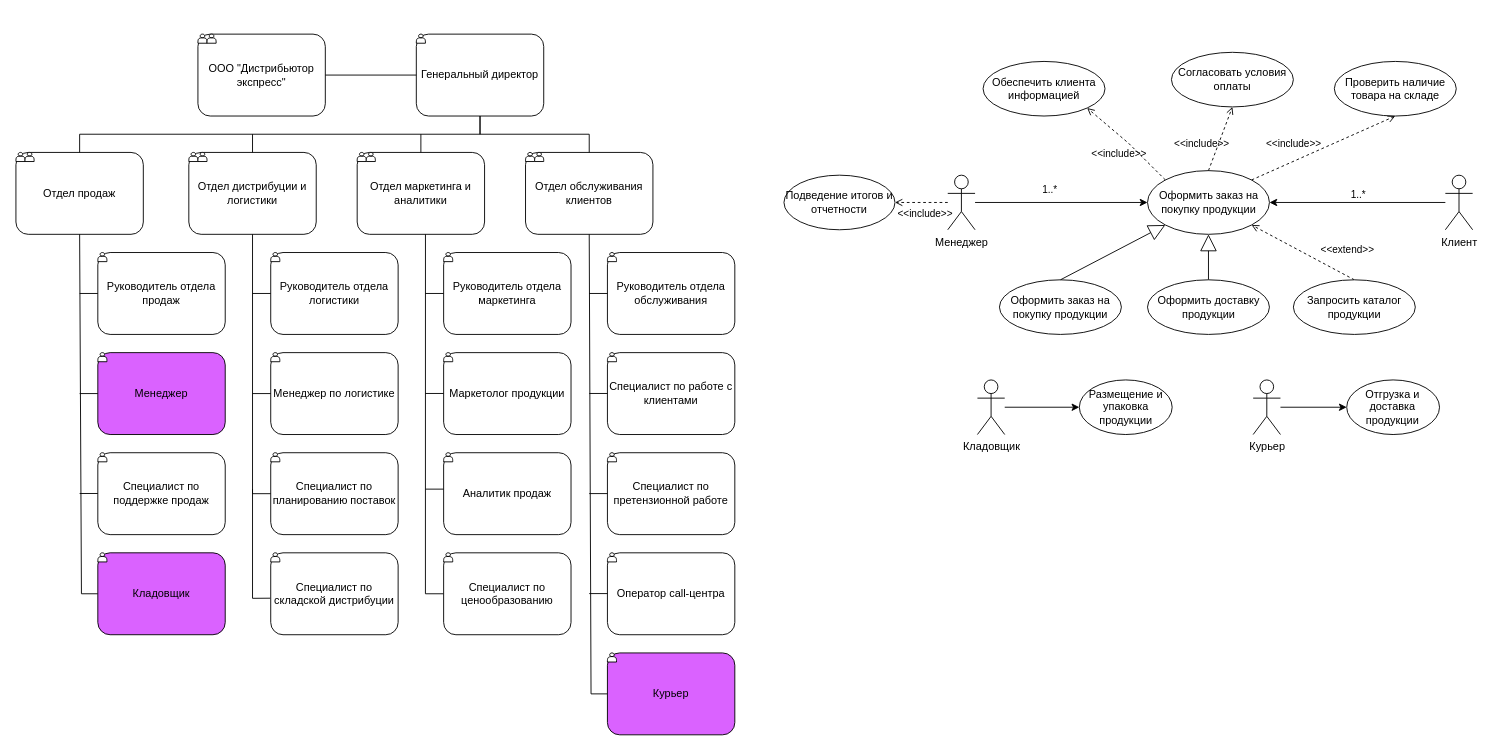
Earlier version of the draw.io diagram ОРПС_3.drawio (mopsin666/AKMS). Source tidied: cells renumbered, new cells numbered last; positions are measured from the earlier drawing's top-left corner, leaving out a move shared by most shapes. Both pictures are drawn from the tidied source at 91%, with x=0, y=0 at pixel (15, 34).
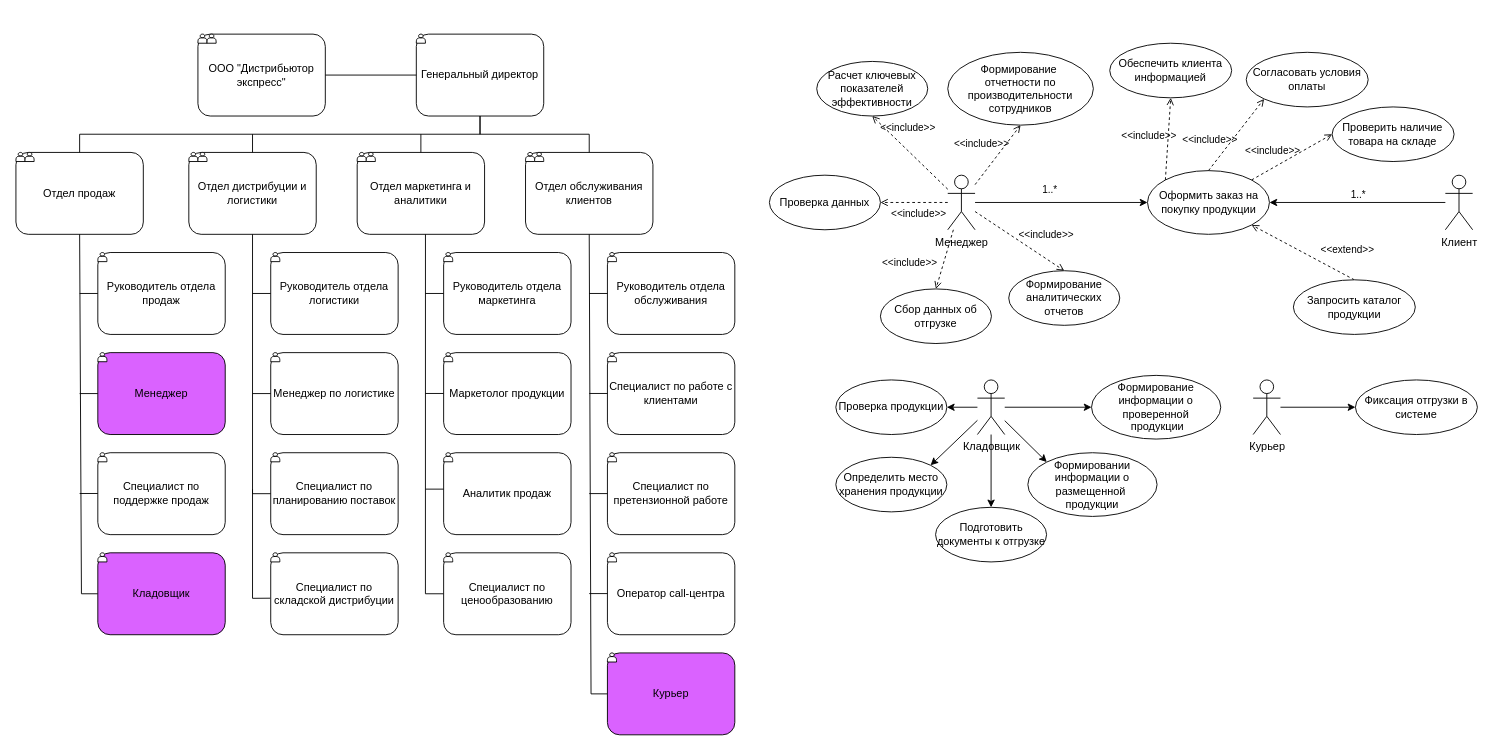
After the change.

The change refers to these unchanged cells:
```xml
<mxCell id="78" value="Менеджер" style="shape=umlActor;verticalLabelPosition=bottom;verticalAlign=top;html=1;outlineConnect=0;" parent="1" vertex="1">
  <mxGeometry x="1024" y="155" width="30" height="60" as="geometry" />
</mxCell>
<mxCell id="81" value="Оформить заказ на покупку продукции" style="ellipse;whiteSpace=wrap;html=1;" parent="1" vertex="1">
  <mxGeometry x="1243.5" y="150" width="134" height="70" as="geometry" />
</mxCell>
<mxCell id="95" value="Кладовщик" style="shape=umlActor;verticalLabelPosition=bottom;verticalAlign=top;html=1;outlineConnect=0;" parent="1" vertex="1">
  <mxGeometry x="1056.6" y="380" width="30" height="60" as="geometry" />
</mxCell>
<mxCell id="98" value="Курьер" style="shape=umlActor;verticalLabelPosition=bottom;verticalAlign=top;html=1;outlineConnect=0;" parent="1" vertex="1">
  <mxGeometry x="1359.6" y="380" width="30" height="60" as="geometry" />
</mxCell>
```

The edit, as a diff of the source:
```diff
@@
     <mxCell id="82" value="Обеспечить клиента информацией" style="ellipse;whiteSpace=wrap;html=1;" parent="1" vertex="1">
-      <mxGeometry x="1062.8" y="30" width="134" height="60" as="geometry" />
+      <mxGeometry x="1202" y="10" width="134" height="60" as="geometry" />
     </mxCell>
-    <mxCell id="83" value="&amp;lt;&amp;lt;include&amp;gt;&amp;gt;" style="html=1;verticalAlign=bottom;labelBackgroundColor=none;endArrow=open;endFill=0;dashed=1;rounded=0;exitX=0;exitY=0;exitDx=0;exitDy=0;entryX=1;entryY=1;entryDx=0;entryDy=0;" parent="1" edge="1" source="81" target="82">
+    <mxCell id="83" value="&amp;lt;&amp;lt;include&amp;gt;&amp;gt;" style="html=1;verticalAlign=bottom;labelBackgroundColor=none;endArrow=open;endFill=0;dashed=1;rounded=0;exitX=0;exitY=0;exitDx=0;exitDy=0;entryX=0.5;entryY=1;entryDx=0;entryDy=0;" parent="1" edge="1" source="81" target="82">
       <mxGeometry x="-0.13" y="21" relative="1" as="geometry">
-        <Array as="points">
-          <mxPoint x="1222.8" y="120" />
-        </Array>
         <mxPoint y="1" as="offset" />
       </mxGeometry>
     </mxCell>
     <mxCell id="84" value="Согласовать условия оплаты" style="ellipse;whiteSpace=wrap;html=1;" parent="1" vertex="1">
-      <mxGeometry x="1269.8" y="20" width="134" height="60" as="geometry" />
+      <mxGeometry x="1352" y="20" width="134" height="60" as="geometry" />
     </mxCell>
-    <mxCell id="85" value="&amp;lt;&amp;lt;include&amp;gt;&amp;gt;" style="html=1;verticalAlign=bottom;labelBackgroundColor=none;endArrow=open;endFill=0;dashed=1;rounded=0;exitX=0.5;exitY=0;exitDx=0;exitDy=0;entryX=0.5;entryY=1;entryDx=0;entryDy=0;" parent="1" edge="1" source="81" target="84">
+    <mxCell id="85" value="&amp;lt;&amp;lt;include&amp;gt;&amp;gt;" style="html=1;verticalAlign=bottom;labelBackgroundColor=none;endArrow=open;endFill=0;dashed=1;rounded=0;exitX=0.5;exitY=0;exitDx=0;exitDy=0;entryX=0;entryY=1;entryDx=0;entryDy=0;" parent="1" edge="1" source="81" target="84">
       <mxGeometry x="-0.58" y="14" relative="1" as="geometry" />
     </mxCell>
@@
-    <mxCell id="87" value="&amp;lt;&amp;lt;include&amp;gt;&amp;gt;" style="html=1;verticalAlign=bottom;labelBackgroundColor=none;endArrow=open;endFill=0;dashed=1;rounded=0;exitX=1;exitY=0;exitDx=0;exitDy=0;entryX=0.5;entryY=1;entryDx=0;entryDy=0;" parent="1" edge="1" source="81" target="88">
+    <mxCell id="87" value="&amp;lt;&amp;lt;include&amp;gt;&amp;gt;" style="html=1;verticalAlign=bottom;labelBackgroundColor=none;endArrow=open;endFill=0;dashed=1;rounded=0;exitX=1;exitY=0;exitDx=0;exitDy=0;entryX=0;entryY=0.5;entryDx=0;entryDy=0;" parent="1" edge="1" source="81" target="88">
       <mxGeometry x="-0.38" y="9" relative="1" as="geometry" />
     </mxCell>
     <mxCell id="88" value="Проверить наличие товара на складе" style="ellipse;whiteSpace=wrap;html=1;" parent="1" vertex="1">
-      <mxGeometry x="1448.8" y="30" width="134" height="60" as="geometry" />
+      <mxGeometry x="1446.4" y="80" width="134" height="60" as="geometry" />
     </mxCell>
-    <mxCell id="89" value="Оформить заказ на покупку продукции" style="ellipse;whiteSpace=wrap;html=1;" parent="1" vertex="1">
-      <mxGeometry x="1080.8" y="270" width="134" height="60" as="geometry" />
-    </mxCell>
-    <mxCell id="90" style="endArrow=block;endSize=16;endFill=0;html=1;rounded=0;exitX=0.5;exitY=0;exitDx=0;exitDy=0;entryX=0;entryY=1;entryDx=0;entryDy=0;" parent="1" edge="1" source="89" target="81">
-      <mxGeometry x="0.53" y="80" relative="1" as="geometry" />
-    </mxCell>
@@
-    <mxCell id="93" style="endArrow=block;endSize=16;endFill=0;html=1;rounded=0;exitX=0.5;exitY=0;exitDx=0;exitDy=0;entryX=0.5;entryY=1;entryDx=0;entryDy=0;" parent="1" edge="1" source="94" target="81">
-      <mxGeometry x="0.53" y="80" relative="1" as="geometry" />
-    </mxCell>
-    <mxCell id="94" value="Оформить доставку продукции" style="ellipse;whiteSpace=wrap;html=1;" parent="1" vertex="1">
-      <mxGeometry x="1243.5" y="270" width="134" height="60" as="geometry" />
-    </mxCell>
@@
-    <mxCell id="96" value="Размещение и упаковка продукции" style="ellipse;whiteSpace=wrap;html=1;" parent="1" vertex="1">
-      <mxGeometry x="1168.6" y="380" width="102" height="60" as="geometry" />
-    </mxCell>
-    <mxCell id="97" style="endArrow=classic;html=1;rounded=0;entryX=0;entryY=0.5;entryDx=0;entryDy=0;" parent="1" edge="1" source="95" target="96">
+    <mxCell id="97" style="endArrow=classic;html=1;rounded=0;entryX=0;entryY=0.5;entryDx=0;entryDy=0;" parent="1" edge="1" source="95" target="114">
       <mxGeometry relative="1" as="geometry" />
     </mxCell>
@@
-    <mxCell id="99" value="Отгрузка и доставка продукции" style="ellipse;whiteSpace=wrap;html=1;" parent="1" vertex="1">
-      <mxGeometry x="1462.4" y="380" width="102" height="60" as="geometry" />
-    </mxCell>
-    <mxCell id="100" style="endArrow=classic;html=1;rounded=0;entryX=0;entryY=0.5;entryDx=0;entryDy=0;" parent="1" edge="1" source="98" target="99">
+    <mxCell id="100" style="endArrow=classic;html=1;rounded=0;entryX=0;entryY=0.5;entryDx=0;entryDy=0;" parent="1" edge="1" source="98" target="113">
       <mxGeometry relative="1" as="geometry" />
     </mxCell>
-    <mxCell id="101" value="Подведение итогов и отчетности" style="ellipse;whiteSpace=wrap;html=1;" parent="1" vertex="1">
-      <mxGeometry x="844" y="155" width="122" height="60" as="geometry" />
-    </mxCell>
+    <mxCell id="103" value="&lt;div&gt;&lt;br&gt;&lt;/div&gt;" style="text;html=1;whiteSpace=wrap;strokeColor=none;fillColor=none;align=center;verticalAlign=middle;rounded=0;" parent="1" vertex="1">
+      <mxGeometry x="932" y="-20" width="60" height="30" as="geometry" />
+    </mxCell>
+    <mxCell id="104" value="Формирование аналитических отчетов" style="ellipse;whiteSpace=wrap;html=1;" parent="1" vertex="1">
+      <mxGeometry x="1091" y="260" width="122" height="60" as="geometry" />
+    </mxCell>
+    <mxCell id="105" value="Сбор данных об отгрузке" style="ellipse;whiteSpace=wrap;html=1;" parent="1" vertex="1">
+      <mxGeometry x="950" y="280" width="122" height="60" as="geometry" />
+    </mxCell>
+    <mxCell id="106" value="Проверка данных" style="ellipse;whiteSpace=wrap;html=1;" parent="1" vertex="1">
+      <mxGeometry x="828" y="155" width="122" height="60" as="geometry" />
+    </mxCell>
+    <mxCell id="107" value="Расчет ключевых показателей эффективности" style="ellipse;whiteSpace=wrap;html=1;" parent="1" vertex="1">
+      <mxGeometry x="880" y="30" width="122" height="60" as="geometry" />
+    </mxCell>
+    <mxCell id="108" value="Формирование&amp;nbsp;&lt;div&gt;отчетности по производительности сотрудников&lt;/div&gt;" style="ellipse;whiteSpace=wrap;html=1;" parent="1" vertex="1">
+      <mxGeometry x="1024" y="20" width="160" height="80" as="geometry" />
+    </mxCell>
-    <mxCell id="102" value="&amp;lt;&amp;lt;include&amp;gt;&amp;gt;" style="html=1;verticalAlign=bottom;labelBackgroundColor=none;endArrow=open;endFill=0;dashed=1;rounded=0;entryX=1;entryY=0.5;entryDx=0;entryDy=0;" parent="1" edge="1" source="78" target="101">
+    <mxCell id="102" value="&amp;lt;&amp;lt;include&amp;gt;&amp;gt;" style="html=1;verticalAlign=bottom;labelBackgroundColor=none;endArrow=open;endFill=0;dashed=1;rounded=0;entryX=1;entryY=0.5;entryDx=0;entryDy=0;" parent="1" edge="1" source="78" target="106">
       <mxGeometry x="-0.13" y="21" relative="1" as="geometry">
         <mxPoint y="1" as="offset" />
       </mxGeometry>
     </mxCell>
+    <mxCell id="109" value="&amp;lt;&amp;lt;include&amp;gt;&amp;gt;" style="html=1;verticalAlign=bottom;labelBackgroundColor=none;endArrow=open;endFill=0;dashed=1;rounded=0;entryX=0.5;entryY=1;entryDx=0;entryDy=0;" parent="1" edge="1" source="78" target="107">
+      <mxGeometry x="0.25" y="-11" relative="1" as="geometry" />
+    </mxCell>
+    <mxCell id="110" value="&amp;lt;&amp;lt;include&amp;gt;&amp;gt;" style="html=1;verticalAlign=bottom;labelBackgroundColor=none;endArrow=open;endFill=0;dashed=1;rounded=0;entryX=0.5;entryY=1;entryDx=0;entryDy=0;" parent="1" edge="1" source="78" target="108">
+      <mxGeometry x="-0.2" y="17" relative="1" as="geometry" />
+    </mxCell>
+    <mxCell id="111" value="&amp;lt;&amp;lt;include&amp;gt;&amp;gt;" style="html=1;verticalAlign=bottom;labelBackgroundColor=none;endArrow=open;endFill=0;dashed=1;rounded=0;entryX=0.5;entryY=0;entryDx=0;entryDy=0;" parent="1" edge="1" source="78" target="105">
+      <mxGeometry x="0.68" y="-33" relative="1" as="geometry" />
+    </mxCell>
+    <mxCell id="112" value="&amp;lt;&amp;lt;include&amp;gt;&amp;gt;" style="html=1;verticalAlign=bottom;labelBackgroundColor=none;endArrow=open;endFill=0;dashed=1;rounded=0;entryX=0.5;entryY=0;entryDx=0;entryDy=0;" parent="1" edge="1" source="78" target="104">
+      <mxGeometry x="0.43" y="14" relative="1" as="geometry" />
+    </mxCell>
+    <mxCell id="113" value="Фиксация отгрузки в системе" style="ellipse;whiteSpace=wrap;html=1;" parent="1" vertex="1">
+      <mxGeometry x="1472" y="380" width="134" height="60" as="geometry" />
+    </mxCell>
+    <mxCell id="114" value="Формирование информации о проверенной&lt;div&gt;&amp;nbsp;продукции&lt;/div&gt;" style="ellipse;whiteSpace=wrap;html=1;" parent="1" vertex="1">
+      <mxGeometry x="1182" y="375" width="142" height="70" as="geometry" />
+    </mxCell>
+    <mxCell id="115" value="Проверка продукции" style="ellipse;whiteSpace=wrap;html=1;" parent="1" vertex="1">
+      <mxGeometry x="901" y="380" width="122" height="60" as="geometry" />
+    </mxCell>
+    <mxCell id="116" style="endArrow=classic;html=1;rounded=0;entryX=1;entryY=0.5;entryDx=0;entryDy=0;" parent="1" edge="1" source="95" target="115">
+      <mxGeometry relative="1" as="geometry" />
+    </mxCell>
+    <mxCell id="117" value="Определить место хранения продукции" style="ellipse;whiteSpace=wrap;html=1;" parent="1" vertex="1">
+      <mxGeometry x="901" y="465" width="122" height="60" as="geometry" />
+    </mxCell>
+    <mxCell id="118" style="endArrow=classic;html=1;rounded=0;entryX=1;entryY=0;entryDx=0;entryDy=0;" parent="1" edge="1" source="95" target="117">
+      <mxGeometry relative="1" as="geometry" />
+    </mxCell>
+    <mxCell id="119" value="Формировании информации о размещенной&amp;nbsp;&lt;div&gt;продукции&lt;/div&gt;" style="ellipse;whiteSpace=wrap;html=1;" parent="1" vertex="1">
+      <mxGeometry x="1112" y="460" width="142" height="70" as="geometry" />
+    </mxCell>
+    <mxCell id="120" style="endArrow=classic;html=1;rounded=0;entryX=0;entryY=0;entryDx=0;entryDy=0;" parent="1" edge="1" source="95" target="119">
+      <mxGeometry relative="1" as="geometry" />
+    </mxCell>
+    <mxCell id="121" value="Подготовить документы к отгрузке" style="ellipse;whiteSpace=wrap;html=1;" parent="1" vertex="1">
+      <mxGeometry x="1010.6" y="520" width="122" height="60" as="geometry" />
+    </mxCell>
+    <mxCell id="122" style="endArrow=classic;html=1;rounded=0;entryX=0.5;entryY=0;entryDx=0;entryDy=0;" parent="1" edge="1" source="95" target="121">
+      <mxGeometry relative="1" as="geometry" />
+    </mxCell>
```
